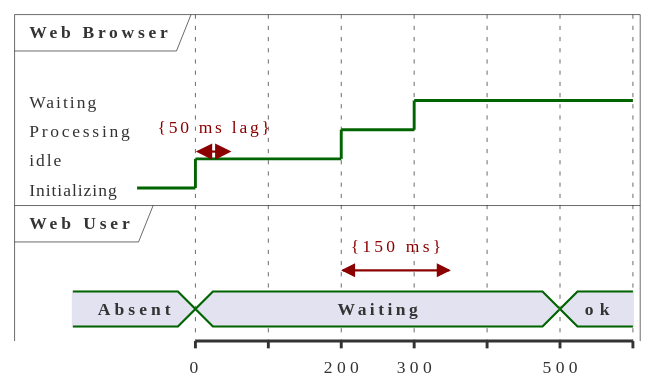
Before: gallery/img/Timing-cloudscape-design.svg, a diagram exported from PlantUML (The-Lum/puml-themes-gallery). Its source is kept beside it as gallery/Timing-cloudscape-design.puml. The source it was exported from:
```plantuml
@startuml
!theme cloudscape-design
robust "Web Browser" as WB
concise "Web User" as WU

WB is Initializing
WU is Absent

@WB
0 is idle
+200 is Processing
+100 is Waiting
WB@0 <-> @50 : {50 ms lag}

@WU
0 is Waiting
+500 is ok
@200 <-> @+150 : {150 ms}
@enduml
```
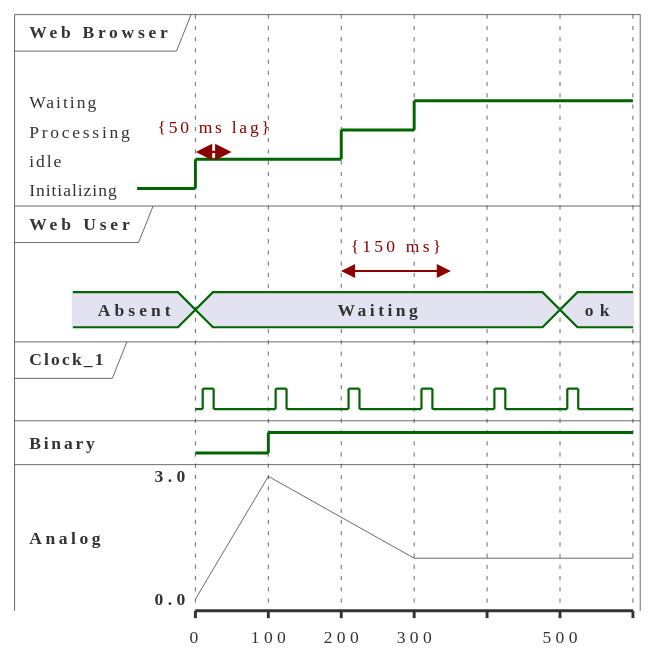
After the commit.

What changed in the source:
```diff
@@ -1,7 +1,10 @@
 @startuml
 !theme cloudscape-design
-robust "Web Browser" as WB
-concise "Web User" as WU
+robust  "Web Browser" as WB
+concise "Web User"    as WU
+clock   "Clock_1"     as C1 with period 100 pulse 15 offset 10
+binary  "Binary"      as B
+analog  "Analog"      as A
 
 WB is Initializing
 WU is Absent
@@ -16,4 +19,13 @@
 0 is Waiting
 +500 is ok
 @200 <-> @+150 : {150 ms}
+
+@B
+100 is high
+
+@A
+0 is 0
+100 is 3
+300 is 1
+
 @enduml
```
